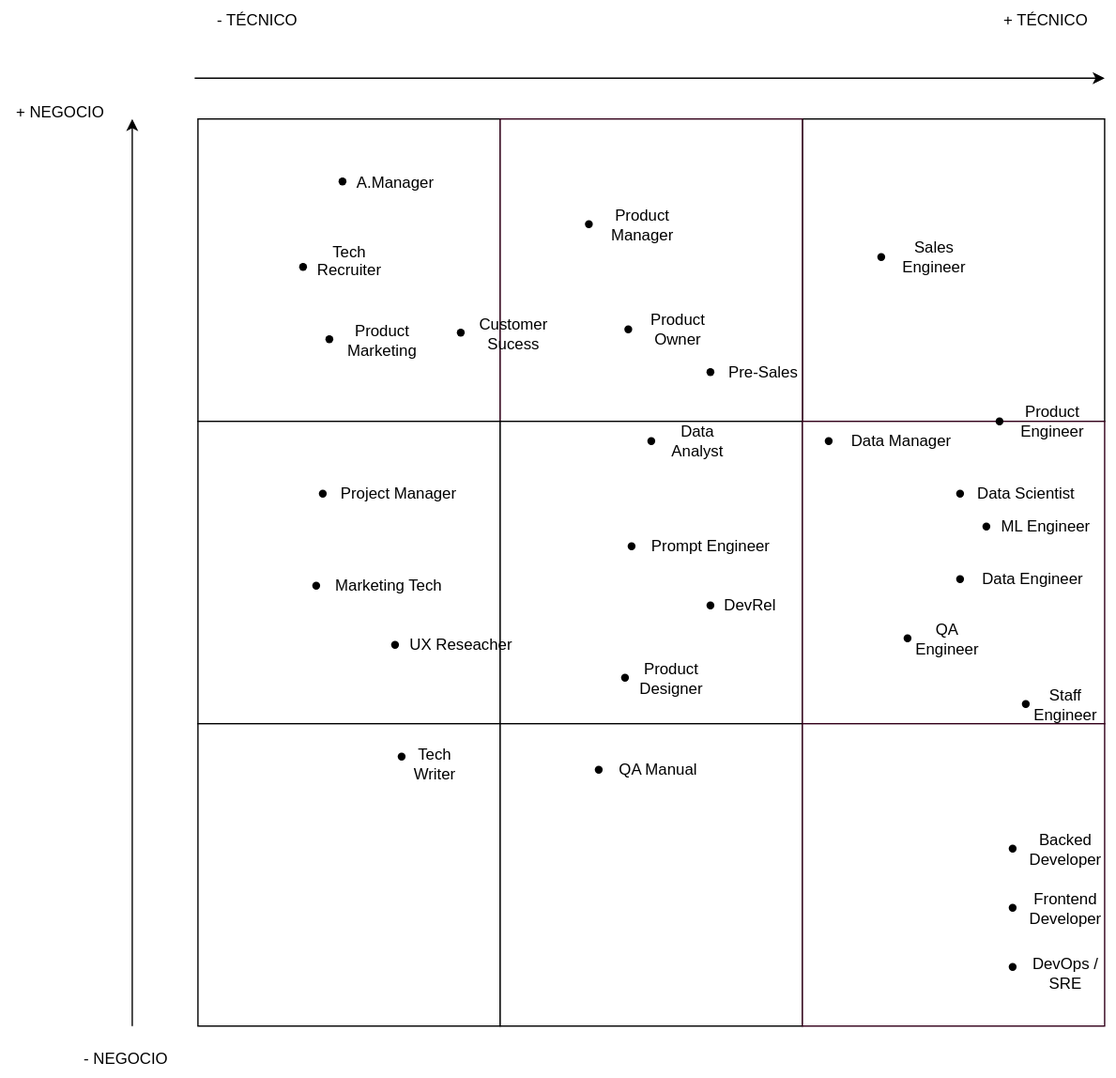
Earlier version of the draw.io export src/assets/matriz.svg (kotrina/code-to-business-map). Source tidied: cells renumbered, new cells last; positions are measured from the earlier drawing's top-left corner, leaving out a move shared by most shapes.
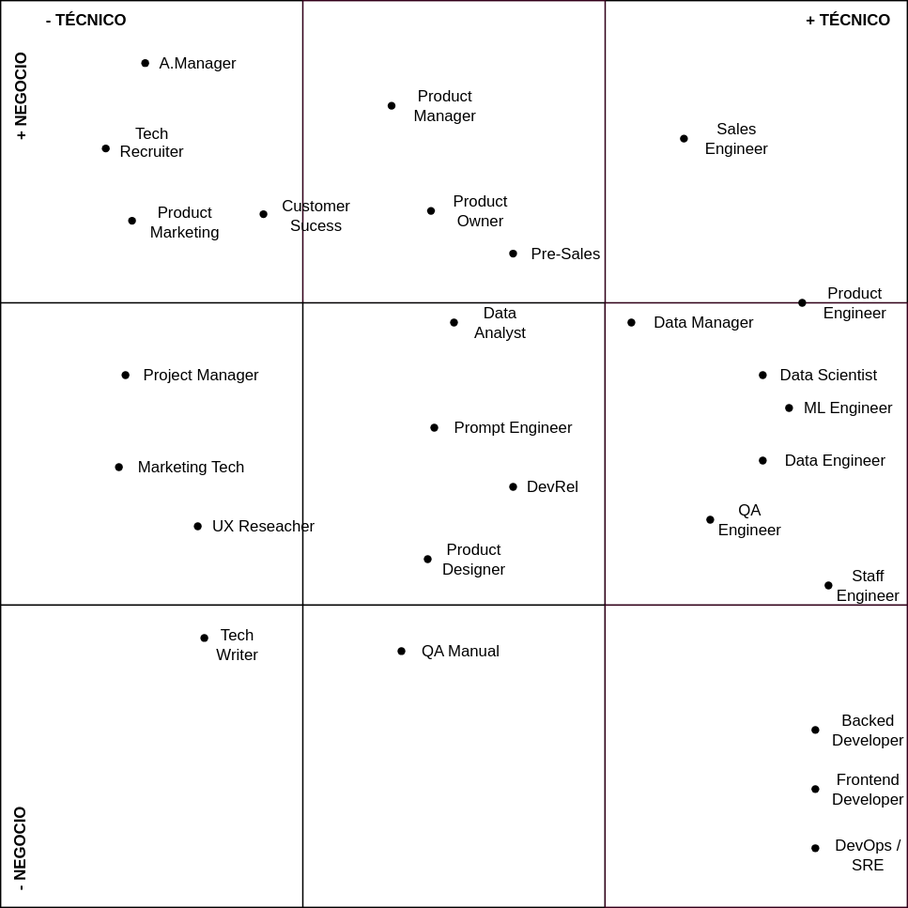
After the change.

Commit message:
nuevo logo

The edit, as a diff of the source:
```diff
@@ -29,26 +29,14 @@
     <mxCell id="10" style="whiteSpace=wrap;html=1;fillColor=#FFFFFF;strokeColor=#33001A;" parent="1" vertex="1">
       <mxGeometry x="610" y="550" width="230" height="230" as="geometry" />
     </mxCell>
-    <mxCell id="11" style="endArrow=classic;html=1;rounded=0;" parent="1" edge="1">
-      <mxGeometry relative="1" as="geometry">
-        <mxPoint x="100" y="780" as="sourcePoint" />
-        <mxPoint x="100" y="90" as="targetPoint" />
-      </mxGeometry>
-    </mxCell>
-    <mxCell id="12" value="+ NEGOCIO" style="text;html=1;align=center;verticalAlign=middle;whiteSpace=wrap;rounded=0;" parent="1" vertex="1">
-      <mxGeometry y="70" width="90" height="30" as="geometry" />
+    <mxCell id="12" value="&lt;b&gt;+ NEGOCIO&lt;/b&gt;" style="text;html=1;align=center;verticalAlign=middle;whiteSpace=wrap;rounded=0;rotation=270;" parent="1" vertex="1">
+      <mxGeometry x="120" y="147.5" width="90" height="30" as="geometry" />
     </mxCell>
-    <mxCell id="13" style="endArrow=classic;html=1;rounded=0;" parent="1" edge="1">
-      <mxGeometry relative="1" as="geometry">
-        <mxPoint x="147.5" y="59" as="sourcePoint" />
-        <mxPoint x="840" y="59" as="targetPoint" />
-      </mxGeometry>
-    </mxCell>
-    <mxCell id="14" value="+ TÉCNICO" style="text;html=1;align=center;verticalAlign=middle;whiteSpace=wrap;rounded=0;" parent="1" vertex="1">
-      <mxGeometry x="750" width="90" height="30" as="geometry" />
+    <mxCell id="14" value="&lt;b&gt;+ TÉCNICO&lt;/b&gt;" style="text;html=1;align=center;verticalAlign=middle;whiteSpace=wrap;rounded=0;" parent="1" vertex="1">
+      <mxGeometry x="750" y="90" width="90" height="30" as="geometry" />
     </mxCell>
-    <mxCell id="15" value="- TÉCNICO" style="text;html=1;align=center;verticalAlign=middle;whiteSpace=wrap;rounded=0;" parent="1" vertex="1">
-      <mxGeometry x="150" width="90" height="30" as="geometry" />
+    <mxCell id="15" value="&lt;b&gt;- TÉCNICO&lt;/b&gt;" style="text;html=1;align=center;verticalAlign=middle;whiteSpace=wrap;rounded=0;" parent="1" vertex="1">
+      <mxGeometry x="170" y="90" width="90" height="30" as="geometry" />
     </mxCell>
     <mxCell id="16" style="shape=waypoint;sketch=0;fillStyle=solid;size=6;fillColor=none;perimeter=centerPerimeter;" parent="1" vertex="1">
       <mxGeometry x="250" y="127.5" width="20" height="20" as="geometry" />
@@ -182,8 +170,8 @@
     <mxCell id="59" style="shape=waypoint;sketch=0;fillStyle=solid;size=6;fillColor=none;perimeter=centerPerimeter;" parent="1" vertex="1">
       <mxGeometry x="760" y="725" width="20" height="20" as="geometry" />
     </mxCell>
-    <mxCell id="60" value="- NEGOCIO" style="text;html=1;align=center;verticalAlign=middle;whiteSpace=wrap;rounded=0;" parent="1" vertex="1">
-      <mxGeometry x="50" y="790" width="90" height="30" as="geometry" />
+    <mxCell id="60" value="&lt;b&gt;- NEGOCIO&lt;/b&gt;" style="text;html=1;align=center;verticalAlign=middle;whiteSpace=wrap;rounded=0;rotation=270;" parent="1" vertex="1">
+      <mxGeometry x="120" y="720" width="90" height="30" as="geometry" />
     </mxCell>
     <mxCell id="61" value="Staff Engineer" style="text;html=1;align=center;verticalAlign=middle;whiteSpace=wrap;rounded=0;" parent="1" vertex="1">
       <mxGeometry x="780" y="520" width="60" height="30" as="geometry" />
```
